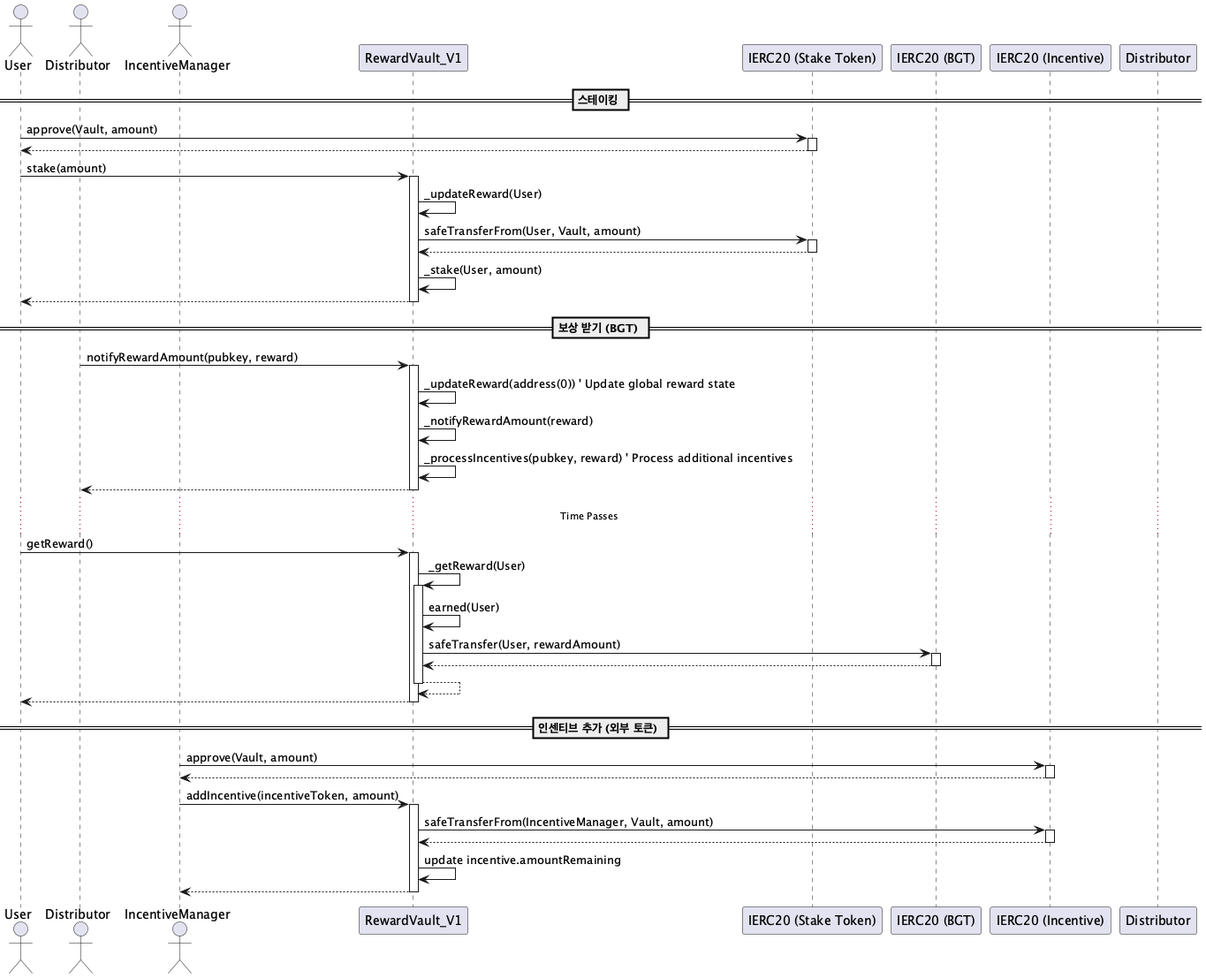
Above: diagrams/diag-images/V1_Contracts/RewardVault_V1_Sequence.png in swollows/berachain-core (PlantUML), before the change. Its diagram source:
```plantuml
@startuml RewardVault_V1_Sequence

actor User
actor Distributor
actor IncentiveManager
participant Vault as "RewardVault_V1"
participant StakeToken as "IERC20 (Stake Token)"
participant RewardToken as "IERC20 (BGT)"
participant IncentiveToken as "IERC20 (Incentive)"
participant DistrContract as "Distributor"

== 스테이킹 ==

User -> StakeToken : approve(Vault, amount)
activate StakeToken
StakeToken --> User
deactivate StakeToken

User -> Vault : stake(amount)
activate Vault
Vault -> Vault : _updateReward(User)
Vault -> StakeToken : safeTransferFrom(User, Vault, amount)
activate StakeToken
StakeToken --> Vault
deactivate StakeToken
Vault -> Vault : _stake(User, amount)
Vault --> User
deactivate Vault

== 보상 받기 (BGT) ==

Distributor -> Vault : notifyRewardAmount(pubkey, reward)
activate Vault
Vault -> Vault : _updateReward(address(0)) ' Update global reward state
Vault -> Vault : _notifyRewardAmount(reward)
Vault -> Vault : _processIncentives(pubkey, reward) ' Process additional incentives
Vault --> Distributor
deactivate Vault

... Time Passes ...

User -> Vault : getReward()
activate Vault
Vault -> Vault : _getReward(User)
activate Vault
Vault -> Vault : earned(User)
Vault -> RewardToken : safeTransfer(User, rewardAmount)
activate RewardToken
RewardToken --> Vault
deactivate RewardToken
Vault --> Vault
deactivate Vault
Vault --> User
deactivate Vault

== 인센티브 추가 (외부 토큰) ==

IncentiveManager -> IncentiveToken : approve(Vault, amount)
activate IncentiveToken
IncentiveToken --> IncentiveManager
deactivate IncentiveToken

IncentiveManager -> Vault : addIncentive(incentiveToken, amount)
activate Vault
Vault -> IncentiveToken : safeTransferFrom(IncentiveManager, Vault, amount)
activate IncentiveToken
IncentiveToken --> Vault
deactivate IncentiveToken
Vault -> Vault : update incentive.amountRemaining
Vault --> IncentiveManager
deactivate Vault

@enduml
```
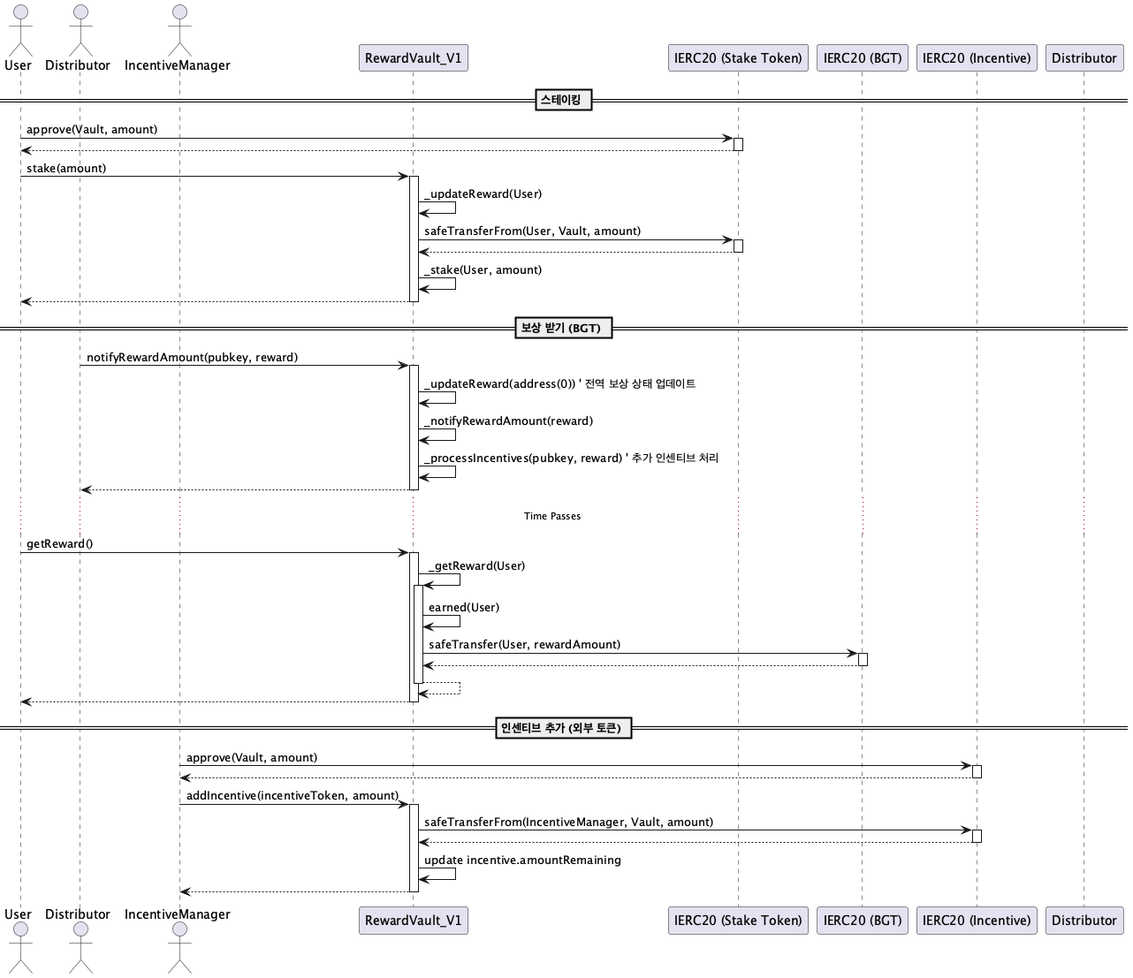
The same file after the commit.

Change to the diagram source:
```diff
@@ -31,9 +31,9 @@
 
 Distributor -> Vault : notifyRewardAmount(pubkey, reward)
 activate Vault
-Vault -> Vault : _updateReward(address(0)) ' Update global reward state
+Vault -> Vault : _updateReward(address(0)) ' 전역 보상 상태 업데이트
 Vault -> Vault : _notifyRewardAmount(reward)
-Vault -> Vault : _processIncentives(pubkey, reward) ' Process additional incentives
+Vault -> Vault : _processIncentives(pubkey, reward) ' 추가 인센티브 처리
 Vault --> Distributor
 deactivate Vault
 
```
